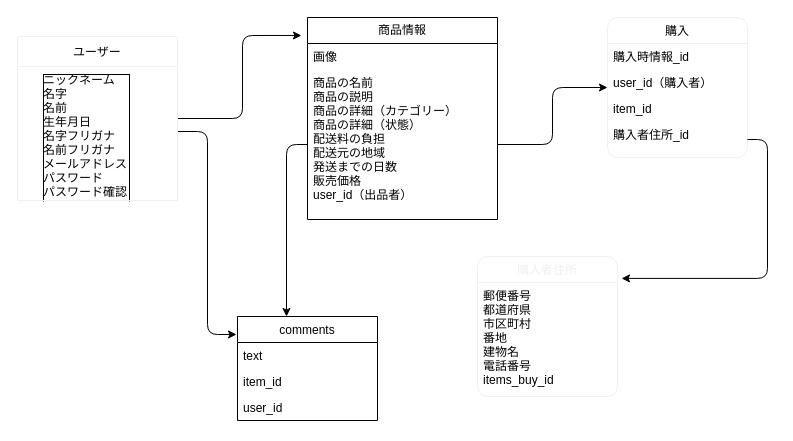
ketesuta/furima-31716 keeps this draw.io diagram as er.dio. Above is the earlier version. Source tidied: cells renumbered, new cells numbered last; positions are measured from the earlier drawing's top-left corner, leaving out a move shared by most shapes. Both pictures are drawn from the tidied source at 100%, with x=0, y=0 at pixel (17, 17).
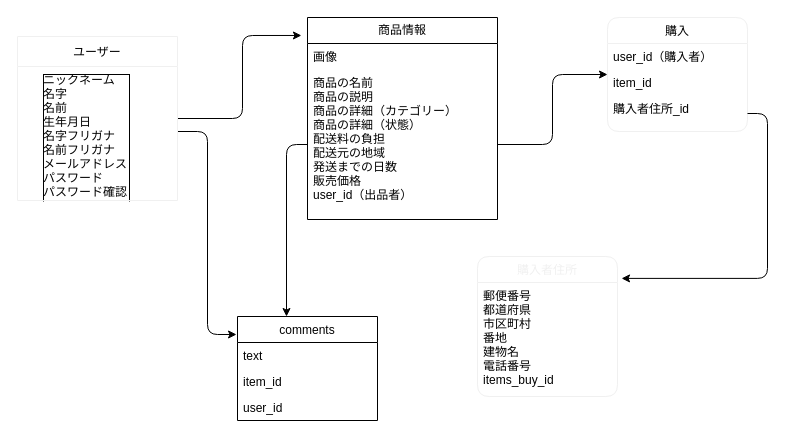
The same diagram, later.

What changed in the source:
```diff
@@
     <mxCell id="8" value="購入" style="swimlane;fontStyle=0;horizontal=1;startSize=26;fillColor=none;rounded=1;sketch=0;strokeColor=#F0F0F0;" parent="1" vertex="1">
-      <mxGeometry x="590" width="140" height="140" as="geometry" />
+      <mxGeometry x="590" width="140" height="114" as="geometry" />
     </mxCell>
-    <mxCell id="9" value="購入時情報_id" style="text;strokeColor=none;fillColor=none;align=left;verticalAlign=top;spacingLeft=4;spacingRight=4;overflow=hidden;" parent="8" vertex="1">
-      <mxGeometry y="26" width="140" height="26" as="geometry" />
-    </mxCell>
     <mxCell id="10" value="user_id（購入者）" style="text;strokeColor=none;fillColor=none;align=left;verticalAlign=top;spacingLeft=4;spacingRight=4;overflow=hidden;" parent="8" vertex="1">
-      <mxGeometry y="52" width="140" height="26" as="geometry" />
+      <mxGeometry y="26" width="140" height="26" as="geometry" />
     </mxCell>
     <mxCell id="11" value="item_id" style="text;strokeColor=none;fillColor=none;align=left;verticalAlign=top;spacingLeft=4;spacingRight=4;overflow=hidden;" parent="8" vertex="1">
-      <mxGeometry y="78" width="140" height="26" as="geometry" />
+      <mxGeometry y="52" width="140" height="26" as="geometry" />
     </mxCell>
     <mxCell id="12" value="購入者住所_id" style="text;strokeColor=none;fillColor=none;align=left;verticalAlign=top;spacingLeft=4;spacingRight=4;overflow=hidden;points=[[0,0.5],[1,0.5]];portConstraint=eastwest;" parent="8" vertex="1">
-      <mxGeometry y="104" width="140" height="36" as="geometry" />
+      <mxGeometry y="78" width="140" height="36" as="geometry" />
     </mxCell>
```
